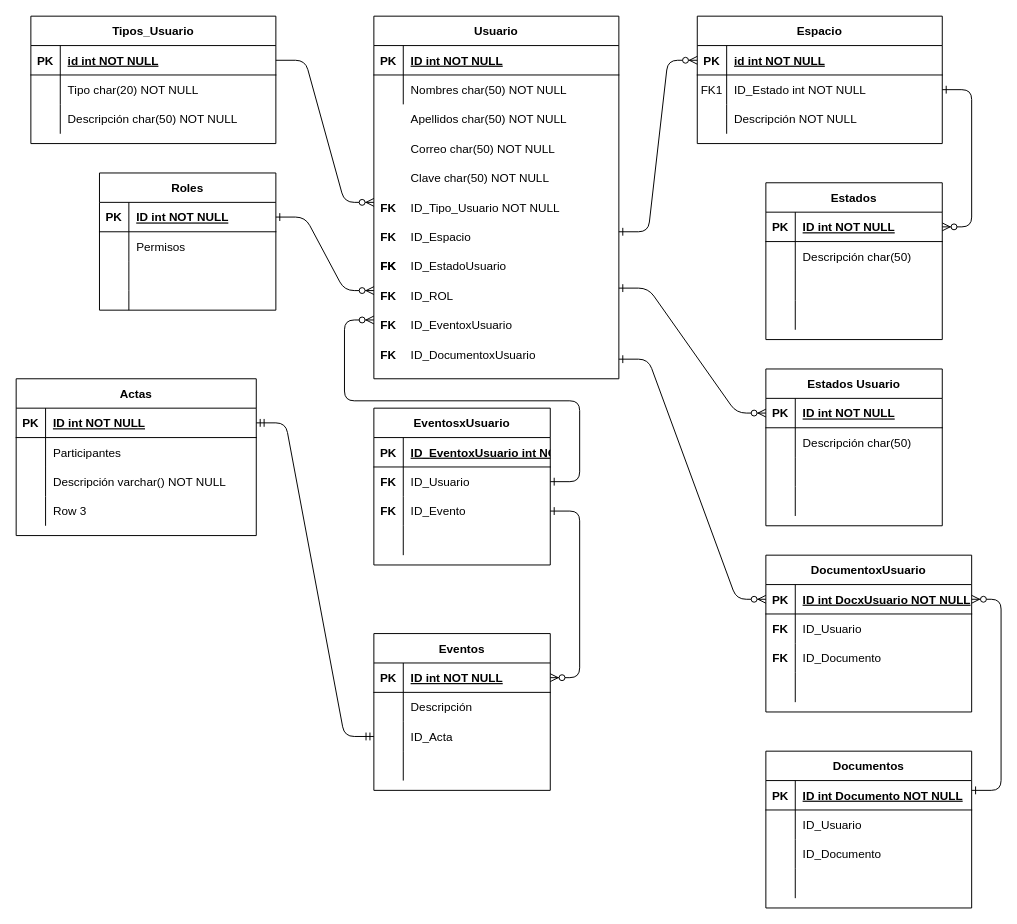
This is Modelo Entidad-Relación.drawio from mnivia/Administracion-unidades-cerradas, a draw.io file, before an edit. Source tidied: cells renumbered, new cells numbered last; positions are measured from the earlier drawing's top-left corner, leaving out a move shared by most shapes. Both pictures are drawn from the tidied source at 98%, with x=0, y=0 at pixel (16, 16).
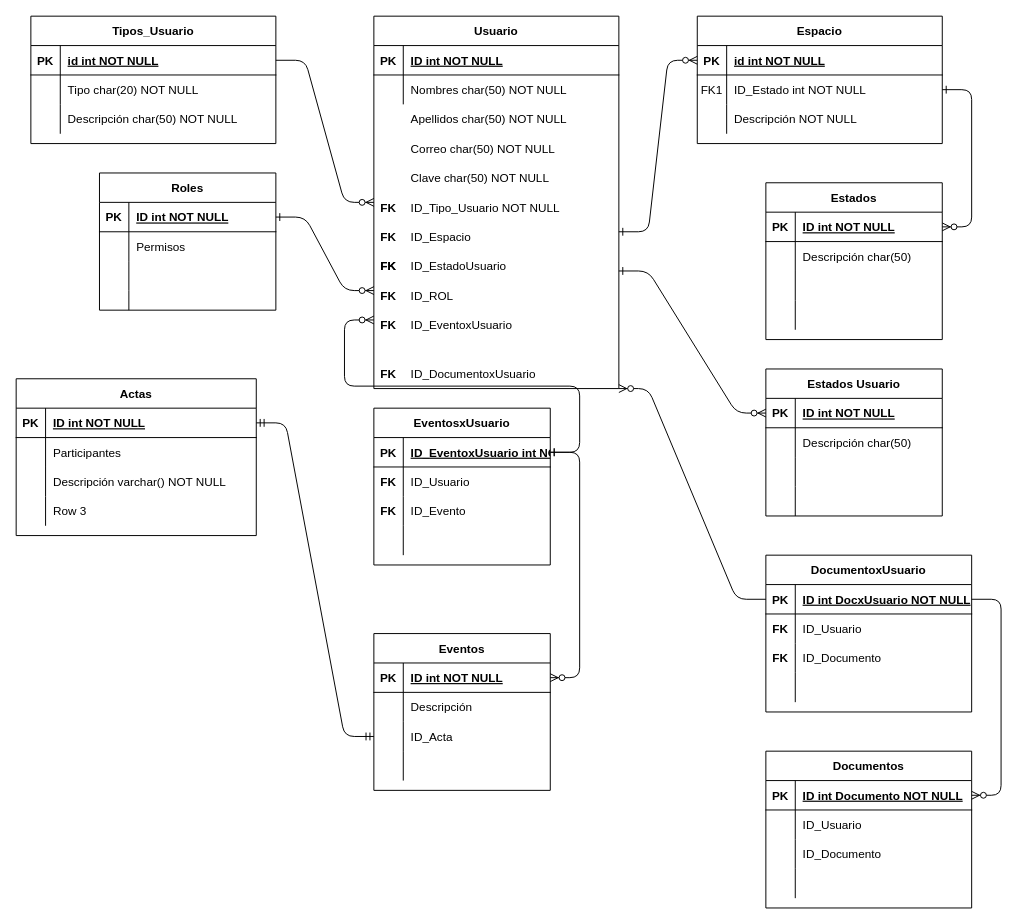
The same page after the edit.

Unchanged cells that the change refers to:
```xml
<mxCell id="99" style="shape=partialRectangle;fillColor=none;top=0;left=0;bottom=1;right=0;points=[[0,0.5],[1,0.5]];portConstraint=eastwest;" parent="98" vertex="1">
  <mxGeometry y="30" width="180" height="30" as="geometry" />
</mxCell>
<mxCell id="114" style="shape=partialRectangle;fillColor=none;top=0;left=0;bottom=1;right=0;points=[[0,0.5],[1,0.5]];portConstraint=eastwest;" parent="113" vertex="1">
  <mxGeometry y="30" width="180" height="30" as="geometry" />
</mxCell>
<mxCell id="117" style="shape=partialRectangle;fillColor=none;top=0;left=0;bottom=0;right=0;points=[[0,0.5],[1,0.5]];portConstraint=eastwest;" parent="113" vertex="1">
  <mxGeometry y="60" width="180" height="30" as="geometry" />
</mxCell>
<mxCell id="120" style="shape=partialRectangle;fillColor=none;top=0;left=0;bottom=0;right=0;points=[[0,0.5],[1,0.5]];portConstraint=eastwest;" parent="113" vertex="1">
  <mxGeometry y="90" width="180" height="30" as="geometry" />
</mxCell>
<mxCell id="134" style="shape=partialRectangle;fillColor=none;top=0;left=0;bottom=1;right=0;points=[[0,0.5],[1,0.5]];portConstraint=eastwest;" parent="133" vertex="1">
  <mxGeometry y="30" width="210" height="30" as="geometry" />
</mxCell>
<mxCell id="147" value="Documentos" style="shape=table;startSize=30;childLayout=tableLayout;rowLines=0;fontStyle=1;align=center;" parent="1" vertex="1">
  <mxGeometry x="765" y="750" width="210" height="160" as="geometry" />
</mxCell>
<mxCell id="148" style="shape=partialRectangle;fillColor=none;top=0;left=0;bottom=1;right=0;points=[[0,0.5],[1,0.5]];portConstraint=eastwest;" parent="147" vertex="1">
  <mxGeometry y="30" width="210" height="30" as="geometry" />
</mxCell>
```

The edit, as a diff of the source:
```diff
@@
     <mxCell id="23" value="Usuario" style="shape=table;startSize=30;childLayout=tableLayout;rowLines=0;fontStyle=1;align=center;" parent="1" vertex="1">
-      <mxGeometry x="365" width="250" height="370" as="geometry" />
+      <mxGeometry x="365" width="250" height="380" as="geometry" />
     </mxCell>
@@
     <mxCell id="80" value="Estados Usuario" style="shape=table;startSize=30;childLayout=tableLayout;rowLines=0;fontStyle=1;align=center;" parent="1" vertex="1">
-      <mxGeometry x="765" y="360" width="180" height="160" as="geometry" />
+      <mxGeometry x="765" y="360" width="180" height="150" as="geometry" />
     </mxCell>
@@
-    <mxCell id="93" style="edgeStyle=entityRelationEdgeStyle;endArrow=ERzeroToMany;startArrow=ERone;endFill=1;startFill=0;entryX=0;entryY=0.5;entryDx=0;entryDy=0;exitX=1;exitY=0.75;exitDx=0;exitDy=0;" parent="1" edge="1" source="23">
+    <mxCell id="93" style="edgeStyle=entityRelationEdgeStyle;endArrow=ERzeroToMany;startArrow=ERone;endFill=1;startFill=0;entryX=0;entryY=0.5;entryDx=0;entryDy=0;" parent="1" edge="1">
       <mxGeometry relative="1" as="geometry">
+        <mxPoint x="615" y="260" as="sourcePoint" />
         <mxPoint x="765" y="405" as="targetPoint" />
       </mxGeometry>
     </mxCell>
@@
-    <mxCell id="127" style="edgeStyle=entityRelationEdgeStyle;endArrow=ERzeroToMany;startArrow=ERone;endFill=1;startFill=0;exitX=1;exitY=0.5;exitDx=0;exitDy=0;entryX=1;entryY=0.5;entryDx=0;entryDy=0;" parent="1" edge="1" source="120" target="99">
+    <mxCell id="127" style="edgeStyle=entityRelationEdgeStyle;endArrow=ERzeroToMany;startArrow=ERone;endFill=1;startFill=0;exitX=1;exitY=0.5;exitDx=0;exitDy=0;entryX=1;entryY=0.5;entryDx=0;entryDy=0;" parent="1" edge="1" source="114" target="99">
       <mxGeometry relative="1" as="geometry" />
     </mxCell>
@@
-    <mxCell id="130" style="edgeStyle=entityRelationEdgeStyle;endArrow=ERzeroToMany;startArrow=ERone;endFill=1;startFill=0;exitX=1;exitY=0.5;exitDx=0;exitDy=0;" parent="1" edge="1" source="117">
+    <mxCell id="130" style="edgeStyle=entityRelationEdgeStyle;endArrow=ERzeroToMany;startArrow=ERone;endFill=1;startFill=0;exitX=1;exitY=0.5;exitDx=0;exitDy=0;" parent="1" edge="1" source="114">
       <mxGeometry relative="1" as="geometry">
         <mxPoint x="365" y="310" as="targetPoint" />
       </mxGeometry>
     </mxCell>
     <mxCell id="131" value="ID_DocumentoxUsuario" style="shape=partialRectangle;overflow=hidden;fillColor=none;top=0;left=0;bottom=0;right=0;align=left;spacingLeft=6;" parent="1" vertex="1">
-      <mxGeometry x="395" y="330" width="220" height="30" as="geometry" />
+      <mxGeometry x="395" y="350" width="220" height="30" as="geometry" />
     </mxCell>
     <mxCell id="132" value="FK" style="shape=partialRectangle;overflow=hidden;fillColor=none;top=0;left=0;bottom=0;right=0;fontStyle=1;" parent="1" vertex="1">
-      <mxGeometry x="365" y="330" width="30" height="30" as="geometry" />
+      <mxGeometry x="365" y="350" width="30" height="30" as="geometry" />
     </mxCell>
@@
-    <mxCell id="146" style="edgeStyle=entityRelationEdgeStyle;endArrow=ERzeroToMany;startArrow=ERone;endFill=1;startFill=0;entryX=0;entryY=0.5;entryDx=0;entryDy=0;" parent="1" edge="1" target="134">
-      <mxGeometry relative="1" as="geometry">
-        <mxPoint x="615" y="350" as="sourcePoint" />
-      </mxGeometry>
-    </mxCell>
@@
-    <mxCell id="162" style="edgeStyle=entityRelationEdgeStyle;endArrow=ERzeroToMany;startArrow=ERone;endFill=1;startFill=0;exitX=1;exitY=0.25;exitDx=0;exitDy=0;" parent="1" edge="1" source="147" target="134">
-      <mxGeometry relative="1" as="geometry" />
-    </mxCell>
+    <mxCell id="163" style="edgeStyle=entityRelationEdgeStyle;fontSize=12;html=1;endArrow=ERzeroToMany;endFill=1;entryX=1;entryY=0.5;entryDx=0;entryDy=0;exitX=1;exitY=0.5;exitDx=0;exitDy=0;" parent="1" edge="1" source="134" target="148">
+      <mxGeometry relative="1" as="geometry" />
+    </mxCell>
+    <mxCell id="164" style="edgeStyle=entityRelationEdgeStyle;fontSize=12;html=1;endArrow=ERzeroToMany;endFill=1;entryX=1;entryY=1;entryDx=0;entryDy=0;" parent="1" edge="1" source="134" target="23">
+      <mxGeometry relative="1" as="geometry" />
+    </mxCell>
```
